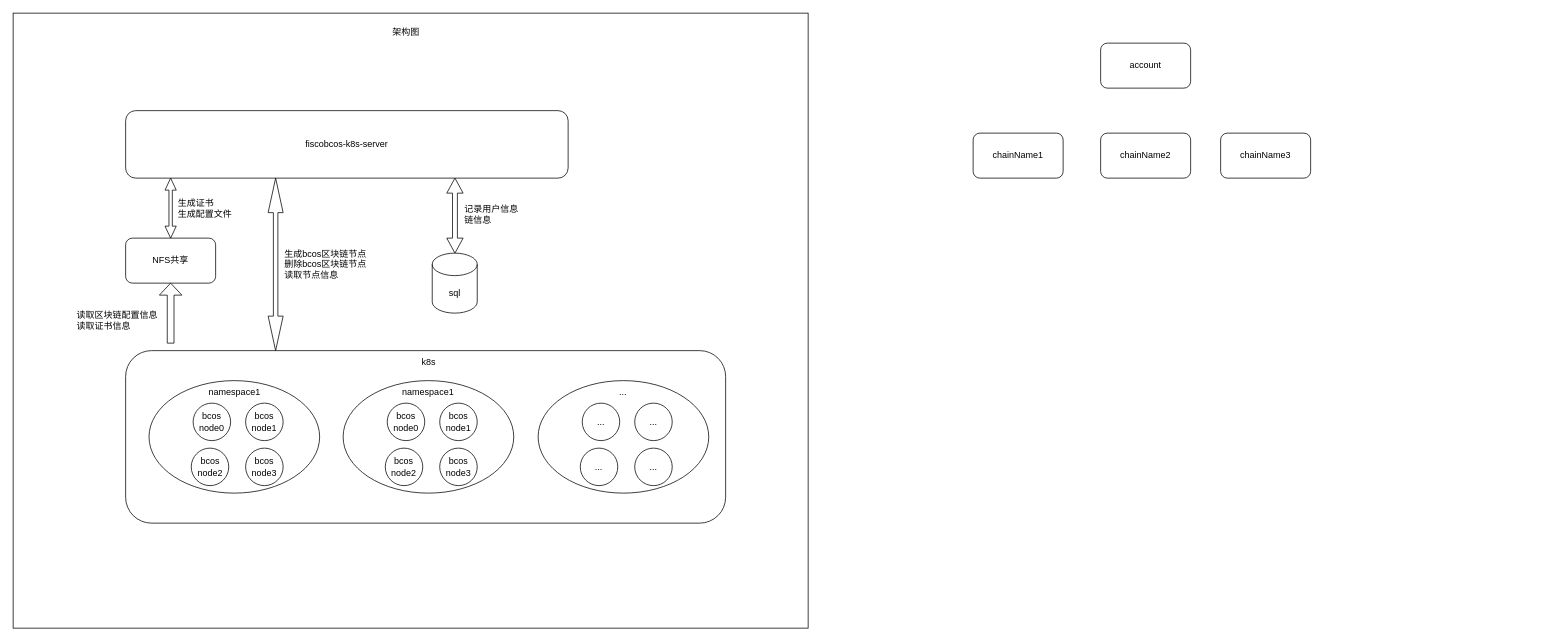
Above: page "fiscobcos" (10 of 10) of fabric-baas.drawio in jxu86/project-uml (draw.io), before the change. Source tidied: cells renumbered, new cells numbered last; positions are measured from the earlier drawing's top-left corner, leaving out a move shared by most shapes. Both pictures are drawn from the tidied source at 75%, with x=0, y=0 at pixel (13, 13).
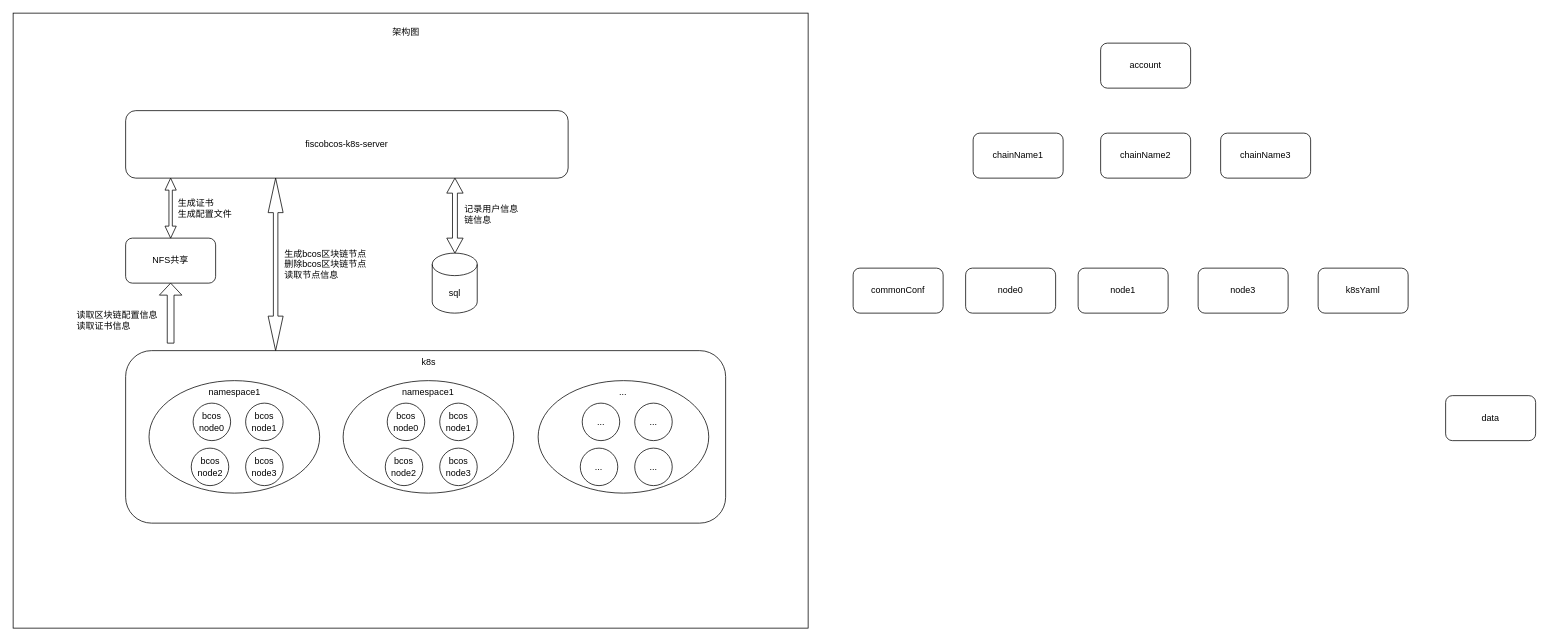
The same page after the edit.

The edit, as a diff of the source:
```diff
@@
+    <mxCell id="39" value="commonConf" style="rounded=1;whiteSpace=wrap;html=1;" parent="1" vertex="1">
+      <mxGeometry x="1120" y="340" width="120" height="60" as="geometry" />
+    </mxCell>
+    <mxCell id="40" value="data" style="rounded=1;whiteSpace=wrap;html=1;" parent="1" vertex="1">
+      <mxGeometry x="1910" y="510" width="120" height="60" as="geometry" />
+    </mxCell>
+    <mxCell id="41" value="node0" style="rounded=1;whiteSpace=wrap;html=1;" parent="1" vertex="1">
+      <mxGeometry x="1270" y="340" width="120" height="60" as="geometry" />
+    </mxCell>
+    <mxCell id="42" value="node1" style="rounded=1;whiteSpace=wrap;html=1;" parent="1" vertex="1">
+      <mxGeometry x="1420" y="340" width="120" height="60" as="geometry" />
+    </mxCell>
+    <mxCell id="43" value="node3" style="rounded=1;whiteSpace=wrap;html=1;" parent="1" vertex="1">
+      <mxGeometry x="1580" y="340" width="120" height="60" as="geometry" />
+    </mxCell>
+    <mxCell id="44" value="k8sYaml" style="rounded=1;whiteSpace=wrap;html=1;" parent="1" vertex="1">
+      <mxGeometry x="1740" y="340" width="120" height="60" as="geometry" />
+    </mxCell>
```
